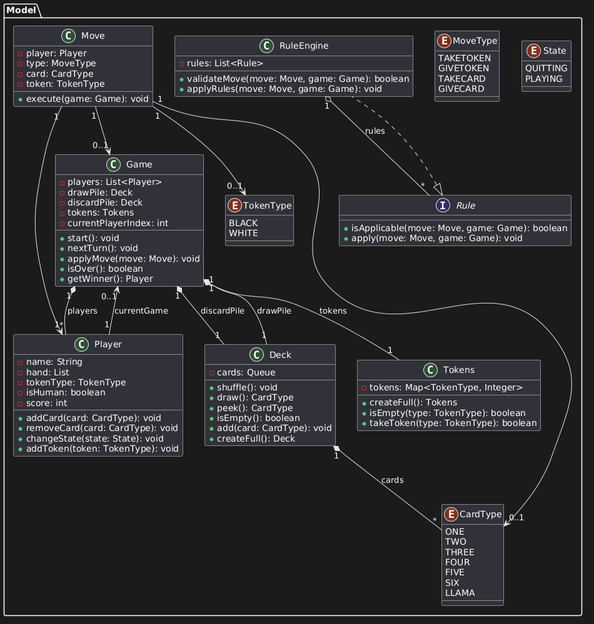
Fowyous/Llama_java_LP2A keeps this PlantUML diagram as ModelUML.png. Above is the earlier version.
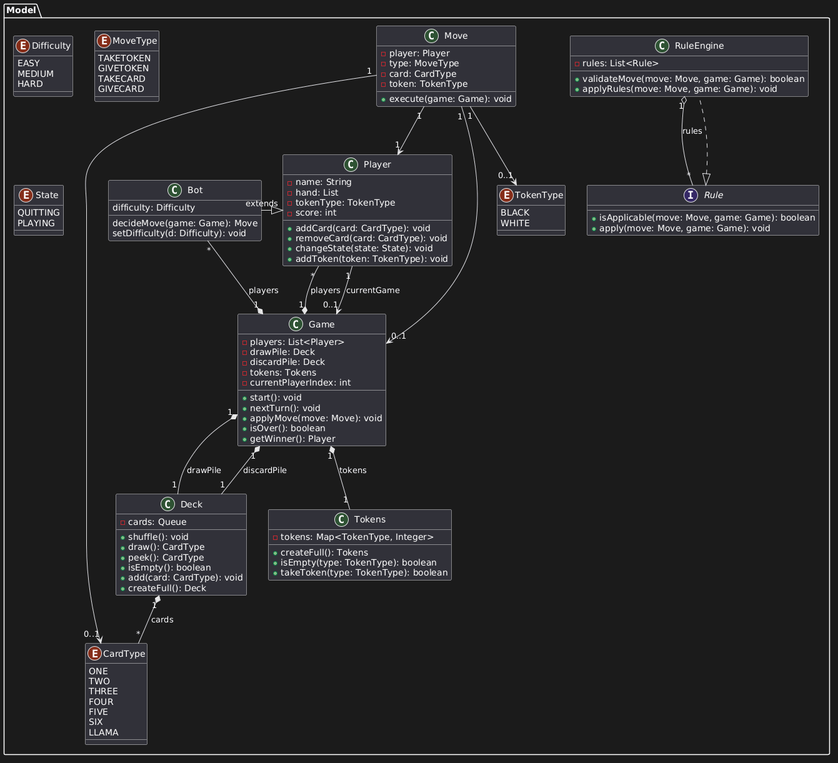
The same file after the commit.

Commit message:
small model uml modification

Change to the diagram source:
```diff
@@ -13,12 +13,17 @@
     + isOver(): boolean
     + getWinner(): Player
   }
+class Bot {
 
+    difficulty: Difficulty
+
+    decideMove(game: Game): Move
+    setDifficulty(d: Difficulty): void
+}
 class Player {
 - name: String
 - hand: List
 - tokenType: TokenType
-- isHuman: boolean
 - score: int
 + addCard(card: CardType): void
 + removeCard(card: CardType): void
@@ -63,6 +68,11 @@
     + apply(move: Move, game: Game): void
   }
 
+enum Difficulty {
+    EASY
+    MEDIUM
+    HARD
+}
 enum MoveType {
     TAKETOKEN
     GIVETOKEN
@@ -106,5 +116,7 @@
 Deck "1" *-- "*" CardType : cards
 
 RuleEngine "1" o-- "*" Rule : rules
+Bot -|> "extends" Player
+Game "1" *-- "*" Bot : players
 Rule <|.. RuleEngine
 @enduml
```
